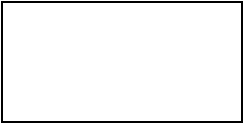
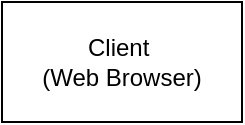
<mxfile host="app.diagrams.net" agent="Mozilla/5.0 (Windows NT 10.0; Win64; x64) AppleWebKit/537.36 (KHTML, like Gecko) Chrome/150.0.0.0 Safari/537.36" version="28.2.8">
  <diagram name="페이지-1" id="4kp-m6i04VOWGrunXJ56">
-     <mxGraphModel dx="496" dy="958" grid="1" gridSize="10" guides="1" tooltips="1" connect="1" arrows="1" fold="1" page="1" pageScale="1" pageWidth="827" pageHeight="1169" math="0" shadow="0">
+     <mxGraphModel dx="1895" dy="958" grid="1" gridSize="10" guides="1" tooltips="1" connect="1" arrows="1" fold="1" page="1" pageScale="1" pageWidth="827" pageHeight="1169" math="0" shadow="0">
      <root>
        <mxCell id="0" />
        <mxCell id="1" parent="0" />
-         <mxCell id="VYmjPpiDpjrAah7BQ8Lu-1" value="" style="rounded=0;whiteSpace=wrap;html=1;" vertex="1" parent="1">
+         <mxCell id="VYmjPpiDpjrAah7BQ8Lu-1" value="Client&amp;nbsp;&lt;div&gt;(Web Browser)&lt;/div&gt;" style="rounded=0;whiteSpace=wrap;html=1;" vertex="1" parent="1">
          <mxGeometry x="354" y="20" width="120" height="60" as="geometry" />
        </mxCell>
      </root>
    </mxGraphModel>
  </diagram>
</mxfile>
